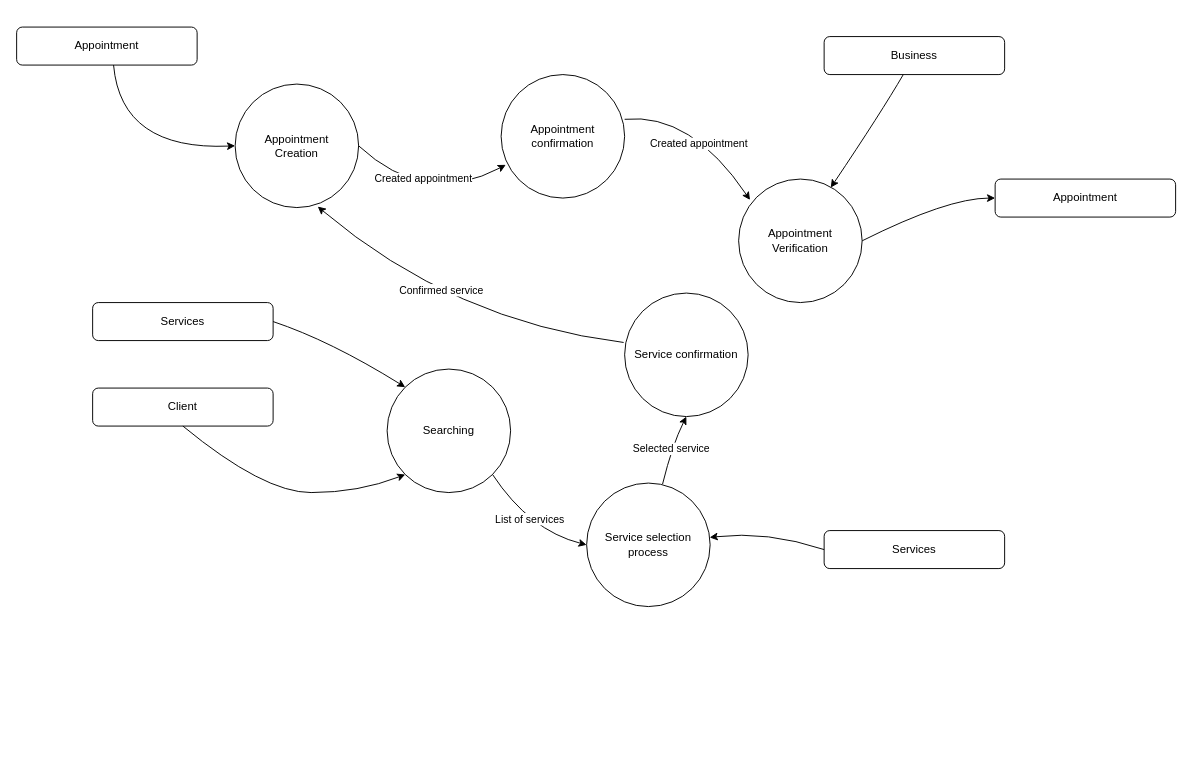
Earlier version of the draw.io diagram homework/hw3/misc/Dataflow_Appointment.drawio (PavelSarlov/FMI-SRA). Source tidied: cells renumbered, new cells numbered last; positions are measured from the earlier drawing's top-left corner, leaving out a move shared by most shapes. Both pictures are drawn from the tidied source at 95%, with x=0, y=0 at pixel (16, 27).
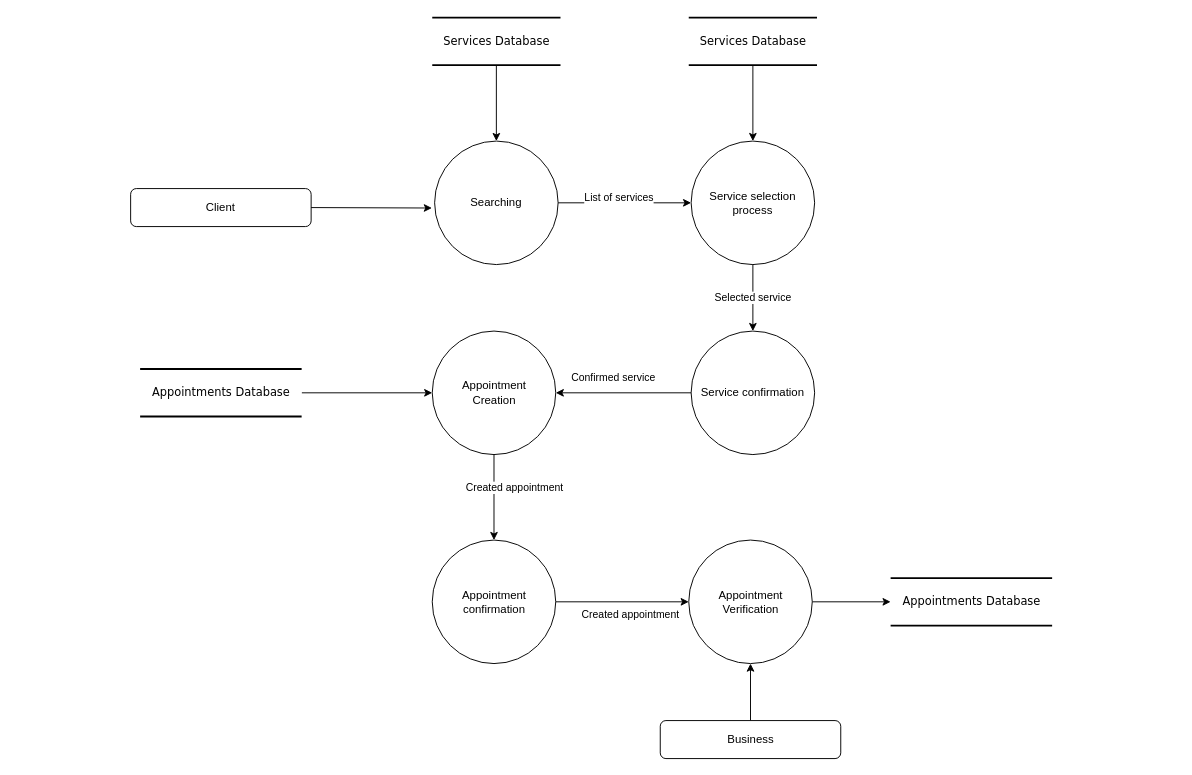
Above is the later version.

The edit, as a diff of the source:
```diff
@@
+    <mxCell id="5" style="edgeStyle=orthogonalEdgeStyle;rounded=0;jettySize=auto;html=1;" parent="1" edge="1" source="2" target="17">
+      <mxGeometry relative="1" as="geometry" />
+    </mxCell>
     <mxCell id="2" value="Business" style="rounded=1;whiteSpace=wrap;html=1;" parent="1" vertex="1">
-      <mxGeometry x="850" y="10" width="190" height="40" as="geometry" />
+      <mxGeometry x="677.5" y="730" width="190" height="40" as="geometry" />
     </mxCell>
-    <mxCell id="3" style="curved=1;endArrow=classic;html=1;rounded=0;entryX=0.092;entryY=0.169;entryDx=0;entryDy=0;entryPerimeter=0;exitX=1;exitY=0.362;exitDx=0;exitDy=0;exitPerimeter=0;" parent="1" edge="1" source="16" target="17">
-      <mxGeometry relative="1" as="geometry">
-        <Array as="points">
-          <mxPoint x="710" y="90" />
-        </Array>
-      </mxGeometry>
+    <mxCell id="3" style="endArrow=classic;html=1;rounded=0;entryX=0;entryY=0.5;entryDx=0;entryDy=0;exitX=1;exitY=0.5;exitDx=0;exitDy=0;" parent="1" edge="1" source="16" target="17">
+      <mxGeometry relative="1" as="geometry" />
     </mxCell>
@@
-    <mxCell id="5" style="curved=1;endArrow=classic;html=1;rounded=0;entryX=0.746;entryY=0.069;entryDx=0;entryDy=0;entryPerimeter=0;" parent="1" edge="1" source="2" target="17">
-      <mxGeometry relative="1" as="geometry">
-        <Array as="points">
-          <mxPoint x="910" y="90" />
-        </Array>
-      </mxGeometry>
-    </mxCell>
-    <mxCell id="6" style="curved=1;endArrow=classic;html=1;rounded=0;exitX=1;exitY=0.5;exitDx=0;exitDy=0;" parent="1" edge="1" source="17">
-      <mxGeometry relative="1" as="geometry">
-        <mxPoint x="1030" y="180" as="targetPoint" />
-        <Array as="points">
-          <mxPoint x="980" y="180" />
-        </Array>
-      </mxGeometry>
+    <mxCell id="6" style="endArrow=classic;html=1;rounded=0;exitX=1;exitY=0.5;exitDx=0;exitDy=0;" parent="1" edge="1" source="17" target="33">
+      <mxGeometry relative="1" as="geometry" />
     </mxCell>
-    <mxCell id="7" value="Appointment" style="rounded=1;whiteSpace=wrap;html=1;" parent="1" vertex="1">
-      <mxGeometry x="1030" y="160" width="190" height="40" as="geometry" />
-    </mxCell>
     <mxCell id="8" value="Searching" style="ellipse;whiteSpace=wrap;html=1;" parent="1" vertex="1">
-      <mxGeometry x="390" y="360" width="130" height="130" as="geometry" />
+      <mxGeometry x="440" y="120" width="130" height="130" as="geometry" />
     </mxCell>
     <mxCell id="9" value="Service selection process" style="ellipse;whiteSpace=wrap;html=1;" parent="1" vertex="1">
-      <mxGeometry x="600" y="480" width="130" height="130" as="geometry" />
+      <mxGeometry x="710" y="120" width="130" height="130" as="geometry" />
     </mxCell>
-    <mxCell id="10" style="curved=1;endArrow=classic;html=1;rounded=0;entryX=0;entryY=0.5;entryDx=0;entryDy=0;exitX=1;exitY=1;exitDx=0;exitDy=0;" parent="1" edge="1" source="8" target="9">
-      <mxGeometry relative="1" as="geometry">
-        <Array as="points">
-          <mxPoint x="540" y="530" />
-        </Array>
-      </mxGeometry>
+    <mxCell id="10" style="endArrow=classic;html=1;rounded=0;entryX=0;entryY=0.5;entryDx=0;entryDy=0;exitX=1;exitY=0.5;exitDx=0;exitDy=0;" parent="1" edge="1" source="8" target="9">
+      <mxGeometry relative="1" as="geometry" />
     </mxCell>
@@
     <mxCell id="12" value="Client" style="rounded=1;whiteSpace=wrap;html=1;" parent="1" vertex="1">
-      <mxGeometry x="80" y="380" width="190" height="40" as="geometry" />
+      <mxGeometry x="120" y="170" width="190" height="40" as="geometry" />
     </mxCell>
-    <mxCell id="13" style="curved=1;endArrow=classic;html=1;rounded=0;exitX=0.5;exitY=1;exitDx=0;exitDy=0;entryX=0;entryY=1;entryDx=0;entryDy=0;" parent="1" edge="1" source="12" target="8">
-      <mxGeometry relative="1" as="geometry">
-        <Array as="points">
-          <mxPoint x="260" y="490" />
-          <mxPoint x="360" y="490" />
-        </Array>
-      </mxGeometry>
+    <mxCell id="13" style="endArrow=classic;html=1;rounded=0;exitX=1;exitY=0.5;exitDx=0;exitDy=0;entryX=-0.022;entryY=0.542;entryDx=0;entryDy=0;entryPerimeter=0;" parent="1" edge="1" source="12" target="8">
+      <mxGeometry relative="1" as="geometry" />
     </mxCell>
     <mxCell id="14" value="Service confirmation" style="ellipse;whiteSpace=wrap;html=1;" parent="1" vertex="1">
-      <mxGeometry x="640" y="280" width="130" height="130" as="geometry" />
+      <mxGeometry x="710" y="320" width="130" height="130" as="geometry" />
     </mxCell>
-    <mxCell id="15" value="Selected service" style="curved=1;endArrow=classic;html=1;rounded=0;exitX=0.615;exitY=0.008;exitDx=0;exitDy=0;entryX=0.5;entryY=1;entryDx=0;entryDy=0;exitPerimeter=0;" parent="1" edge="1" source="9" target="14">
-      <mxGeometry relative="1" as="geometry">
-        <Array as="points">
-          <mxPoint x="690" y="440" />
-        </Array>
-      </mxGeometry>
+    <mxCell id="15" value="Selected service" style="endArrow=classic;html=1;rounded=0;exitX=0.5;exitY=1;exitDx=0;exitDy=0;" parent="1" edge="1" source="9" target="14">
+      <mxGeometry relative="1" as="geometry" />
     </mxCell>
     <mxCell id="16" value="Appointment confirmation" style="ellipse;whiteSpace=wrap;html=1;" parent="1" vertex="1">
-      <mxGeometry x="510" y="50" width="130" height="130" as="geometry" />
+      <mxGeometry x="437.5" y="540" width="130" height="130" as="geometry" />
     </mxCell>
     <mxCell id="17" value="&lt;span style=&quot;&quot;&gt;Appointment&lt;/span&gt;&lt;br style=&quot;&quot;&gt;&lt;span style=&quot;&quot;&gt;Verification&lt;/span&gt;" style="ellipse;whiteSpace=wrap;html=1;" parent="1" vertex="1">
-      <mxGeometry x="760" y="160" width="130" height="130" as="geometry" />
+      <mxGeometry x="707.5" y="540" width="130" height="130" as="geometry" />
     </mxCell>
-    <mxCell id="18" style="curved=1;endArrow=classic;html=1;rounded=0;exitX=-0.008;exitY=0.4;exitDx=0;exitDy=0;exitPerimeter=0;entryX=0.669;entryY=0.992;entryDx=0;entryDy=0;entryPerimeter=0;" parent="1" edge="1" source="14" target="20">
-      <mxGeometry relative="1" as="geometry">
-        <Array as="points">
-          <mxPoint x="460" y="310" />
-        </Array>
-      </mxGeometry>
+    <mxCell id="18" style="endArrow=classic;html=1;rounded=0;exitX=0;exitY=0.5;exitDx=0;exitDy=0;entryX=1;entryY=0.5;entryDx=0;entryDy=0;" parent="1" edge="1" source="14" target="20">
+      <mxGeometry relative="1" as="geometry" />
     </mxCell>
@@
     <mxCell id="20" value="Appointment&lt;br&gt;Creation" style="ellipse;whiteSpace=wrap;html=1;" parent="1" vertex="1">
-      <mxGeometry x="230" y="60" width="130" height="130" as="geometry" />
+      <mxGeometry x="437.5" y="320" width="130" height="130" as="geometry" />
     </mxCell>
-    <mxCell id="21" style="curved=1;endArrow=classic;html=1;rounded=0;exitX=1;exitY=0.5;exitDx=0;exitDy=0;entryX=0.038;entryY=0.731;entryDx=0;entryDy=0;entryPerimeter=0;" parent="1" edge="1" source="20" target="16">
-      <mxGeometry relative="1" as="geometry">
-        <Array as="points">
-          <mxPoint x="430" y="190" />
-        </Array>
-      </mxGeometry>
+    <mxCell id="21" style="endArrow=classic;html=1;rounded=0;exitX=0.5;exitY=1;exitDx=0;exitDy=0;entryX=0.5;entryY=0;entryDx=0;entryDy=0;" parent="1" edge="1" source="20" target="16">
+      <mxGeometry relative="1" as="geometry" />
     </mxCell>
@@
-    <mxCell id="23" value="Appointment" style="rounded=1;whiteSpace=wrap;html=1;" parent="1" vertex="1">
-      <mxGeometry width="190" height="40" as="geometry" />
-    </mxCell>
-    <mxCell id="24" style="curved=1;endArrow=classic;html=1;rounded=0;exitX=0.537;exitY=1;exitDx=0;exitDy=0;exitPerimeter=0;entryX=0;entryY=0.5;entryDx=0;entryDy=0;" parent="1" edge="1" source="23" target="20">
-      <mxGeometry relative="1" as="geometry">
-        <Array as="points">
-          <mxPoint x="110" y="130" />
-        </Array>
-      </mxGeometry>
+    <mxCell id="24" style="endArrow=classic;html=1;rounded=0;entryX=0;entryY=0.5;entryDx=0;entryDy=0;" parent="1" edge="1" source="31" target="20">
+      <mxGeometry relative="1" as="geometry" />
     </mxCell>
-    <mxCell id="25" value="Services" style="rounded=1;whiteSpace=wrap;html=1;" parent="1" vertex="1">
-      <mxGeometry x="80" y="290" width="190" height="40" as="geometry" />
-    </mxCell>
-    <mxCell id="26" style="curved=1;endArrow=classic;html=1;rounded=0;exitX=1;exitY=0.5;exitDx=0;exitDy=0;entryX=0;entryY=0;entryDx=0;entryDy=0;" parent="1" edge="1" source="25" target="8">
-      <mxGeometry relative="1" as="geometry">
-        <Array as="points">
-          <mxPoint x="330" y="330" />
-        </Array>
-      </mxGeometry>
-    </mxCell>
-    <mxCell id="27" value="Services" style="rounded=1;whiteSpace=wrap;html=1;" parent="1" vertex="1">
-      <mxGeometry x="850" y="530" width="190" height="40" as="geometry" />
-    </mxCell>
-    <mxCell id="28" style="curved=1;endArrow=classic;html=1;rounded=0;exitX=0;exitY=0.5;exitDx=0;exitDy=0;" parent="1" edge="1" source="27" target="9">
-      <mxGeometry relative="1" as="geometry">
-        <Array as="points">
-          <mxPoint x="790" y="530" />
-        </Array>
-      </mxGeometry>
+    <mxCell id="28" style="endArrow=classic;html=1;rounded=0;" parent="1" edge="1" source="32" target="9">
+      <mxGeometry relative="1" as="geometry" />
     </mxCell>
+    <mxCell id="29" value="Services Database" style="html=1;rounded=0;shadow=0;comic=0;labelBackgroundColor=none;strokeWidth=2;fontFamily=Verdana;fontSize=12;align=center;shape=mxgraph.ios7ui.horLines;" parent="1" vertex="1">
+      <mxGeometry x="437.5" y="-10" width="135" height="50" as="geometry" />
+    </mxCell>
+    <mxCell id="30" style="endArrow=classic;html=1;rounded=0;entryX=0.5;entryY=0;entryDx=0;entryDy=0;" parent="1" edge="1" source="29" target="8">
+      <mxGeometry relative="1" as="geometry" />
+    </mxCell>
+    <mxCell id="31" value="Appointments Database" style="html=1;rounded=0;shadow=0;comic=0;labelBackgroundColor=none;strokeWidth=2;fontFamily=Verdana;fontSize=12;align=center;shape=mxgraph.ios7ui.horLines;" parent="1" vertex="1">
+      <mxGeometry x="130" y="360" width="170" height="50" as="geometry" />
+    </mxCell>
+    <mxCell id="32" value="Services Database" style="html=1;rounded=0;shadow=0;comic=0;labelBackgroundColor=none;strokeWidth=2;fontFamily=Verdana;fontSize=12;align=center;shape=mxgraph.ios7ui.horLines;" parent="1" vertex="1">
+      <mxGeometry x="707.5" y="-10" width="135" height="50" as="geometry" />
+    </mxCell>
+    <mxCell id="33" value="Appointments Database" style="html=1;rounded=0;shadow=0;comic=0;labelBackgroundColor=none;strokeWidth=2;fontFamily=Verdana;fontSize=12;align=center;shape=mxgraph.ios7ui.horLines;" parent="1" vertex="1">
+      <mxGeometry x="920" y="580" width="170" height="50" as="geometry" />
+    </mxCell>
```
